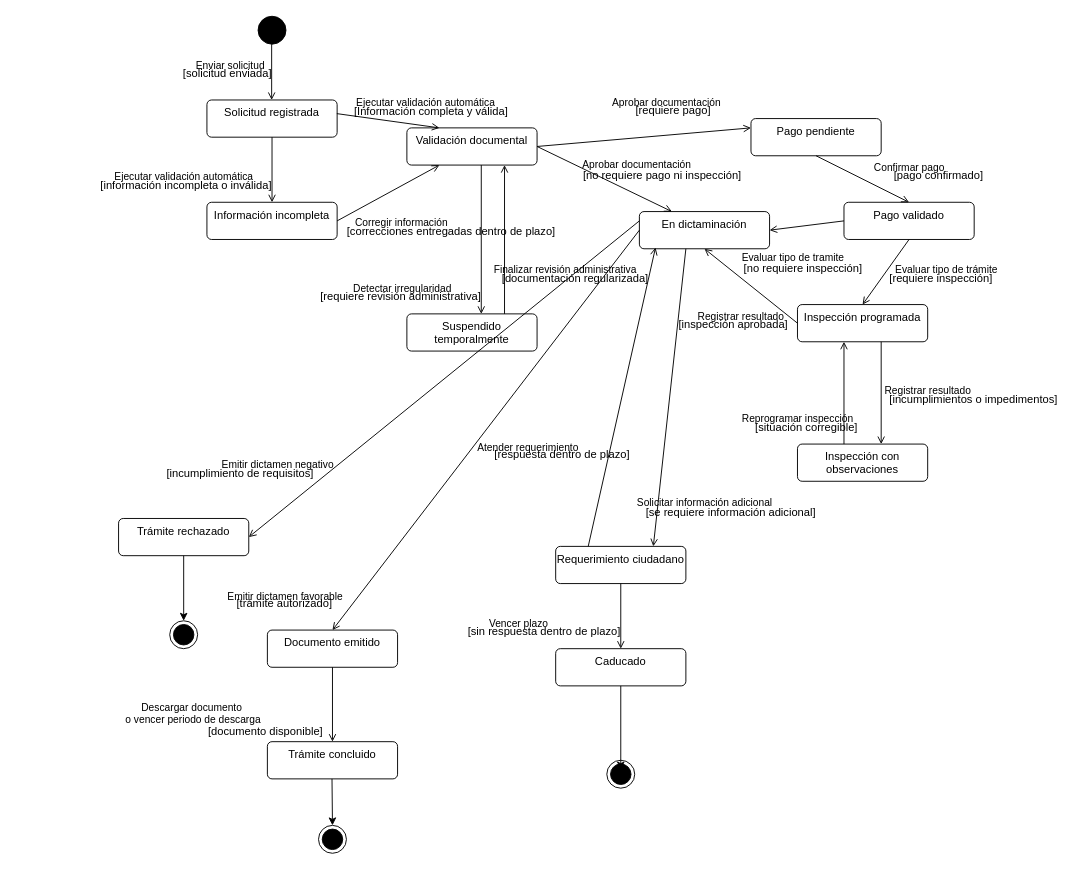
Earlier version of the draw.io diagram gobierno_digital.drawio (ilvmx01/extras). Source tidied: cells renumbered, new cells numbered last; positions are measured from the earlier drawing's top-left corner, leaving out a move shared by most shapes. Both pictures are drawn from the tidied source at 93%, with x=0, y=0 at pixel (118, 16).
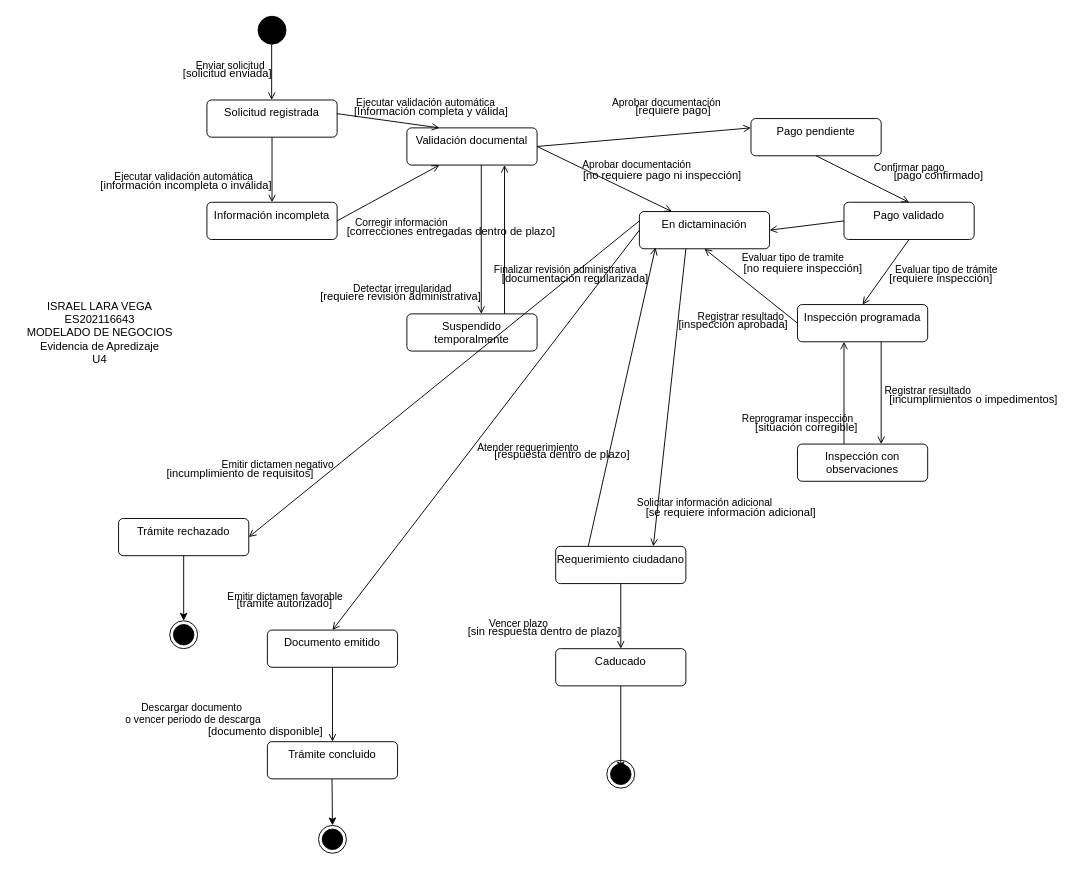
The same diagram, later.

Diff of the diagram source:
```diff
@@
+    <mxCell id="63" value="ISRAEL LARA VEGA&lt;div&gt;ES202116643&lt;br&gt;&lt;div&gt;MODELADO DE NEGOCIOS&lt;/div&gt;&lt;div&gt;Evidencia de Apredizaje&lt;/div&gt;&lt;div&gt;U4&lt;/div&gt;&lt;/div&gt;" style="text;html=1;whiteSpace=wrap;strokeColor=none;fillColor=none;align=center;verticalAlign=middle;rounded=0;" parent="1" vertex="1">
+      <mxGeometry x="-110" y="295" width="180" height="90" as="geometry" />
+    </mxCell>
```
